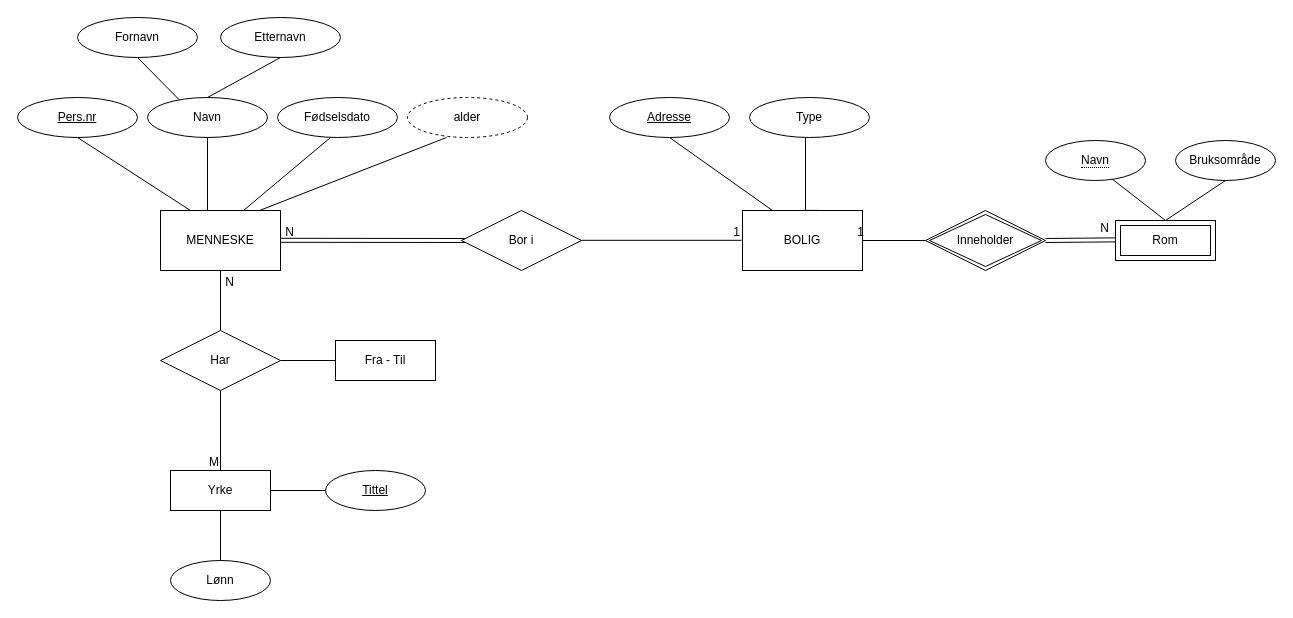
Above: Untitled Diagram.drawio in bendikmd/in2090 (draw.io), before the change. Source tidied: cells renumbered, new cells numbered last; positions are measured from the earlier drawing's top-left corner, leaving out a move shared by most shapes. Both pictures are drawn from the tidied source at 100%, with x=0, y=0 at pixel (17, 17).
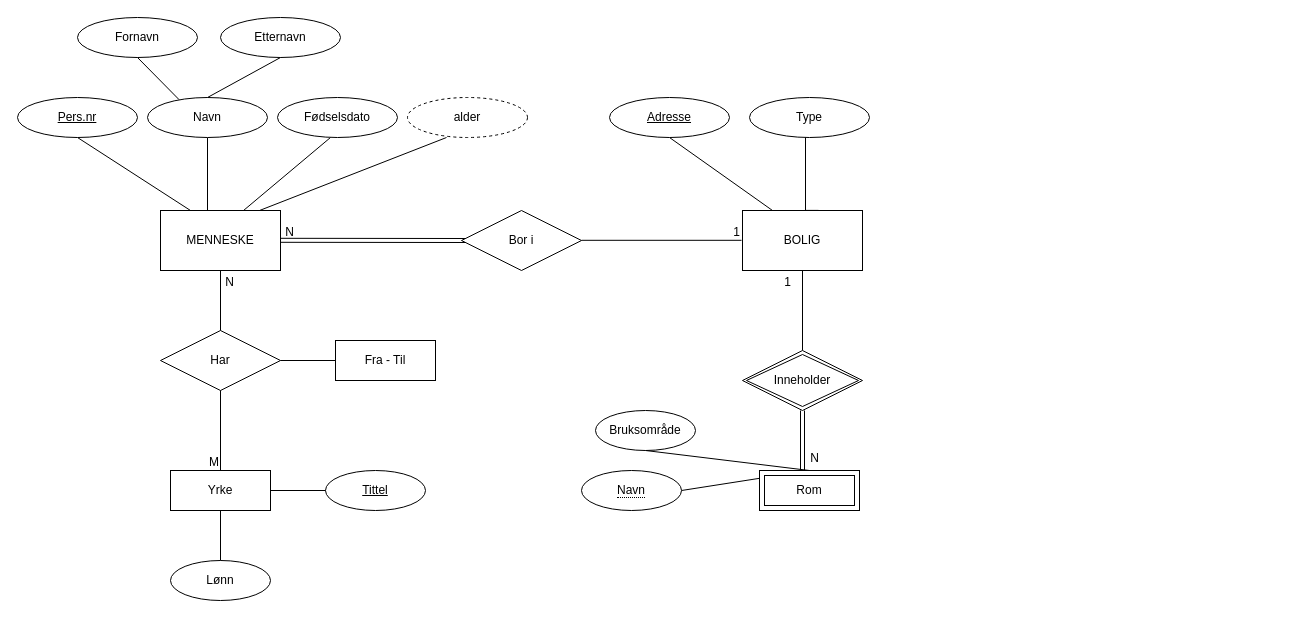
The same page after the edit.

Unchanged cells that the change refers to:
```xml
<mxCell id="16" value="BOLIG" style="rounded=0;whiteSpace=wrap;html=1;" parent="1" vertex="1">
  <mxGeometry x="725" y="193" width="120" height="60" as="geometry" />
</mxCell>
```

The edit, as a diff of the source:
```diff
@@
-    <mxCell id="25" style="endArrow=none;html=1;rounded=0;exitX=1;exitY=0.5;exitDx=0;exitDy=0;" parent="1" edge="1" source="16">
-      <mxGeometry relative="1" as="geometry">
-        <mxPoint x="908" y="223" as="targetPoint" />
-      </mxGeometry>
+    <mxCell id="25" style="endArrow=none;html=1;rounded=0;exitX=0.5;exitY=1;exitDx=0;exitDy=0;entryX=0.5;entryY=0;entryDx=0;entryDy=0;" parent="1" edge="1" source="16" target="32">
+      <mxGeometry relative="1" as="geometry" />
     </mxCell>
     <mxCell id="26" value="1" style="html=1;whiteSpace=wrap;align=right;verticalAlign=bottom;" parent="25" vertex="1">
       <mxGeometry x="1" relative="1" as="geometry">
-        <mxPoint x="-60" as="offset" />
+        <mxPoint x="-10" y="-60" as="offset" />
       </mxGeometry>
     </mxCell>
-    <mxCell id="27" style="shape=link;html=1;rounded=0;exitX=1;exitY=0.5;exitDx=0;exitDy=0;" parent="1" edge="1">
+    <mxCell id="27" style="shape=link;html=1;rounded=0;exitX=0.5;exitY=1;exitDx=0;exitDy=0;" parent="1" edge="1" source="32">
       <mxGeometry relative="1" as="geometry">
-        <mxPoint x="1028" y="223" as="sourcePoint" />
-        <mxPoint x="1103" y="222.3" as="targetPoint" />
+        <mxPoint x="785" y="453" as="targetPoint" />
       </mxGeometry>
     </mxCell>
     <mxCell id="28" value="N" style="html=1;whiteSpace=wrap;align=right;verticalAlign=bottom;" parent="1" vertex="1">
-      <mxGeometry x="518" y="163" as="geometry">
+      <mxGeometry x="228" y="393" as="geometry">
         <mxPoint x="575" y="56" as="offset" />
       </mxGeometry>
     </mxCell>
-    <mxCell id="29" style="rounded=0;jettySize=auto;html=1;endArrow=none;endFill=0;entryX=0.5;entryY=0;entryDx=0;entryDy=0;exitX=0.5;exitY=1;exitDx=0;exitDy=0;" parent="1" edge="1" target="31">
-      <mxGeometry relative="1" as="geometry">
-        <mxPoint x="1058" y="133" as="sourcePoint" />
-      </mxGeometry>
+    <mxCell id="29" style="rounded=0;jettySize=auto;html=1;endArrow=none;endFill=0;entryX=0.5;entryY=0;entryDx=0;entryDy=0;exitX=1;exitY=0.5;exitDx=0;exitDy=0;" parent="1" edge="1" source="30" target="31">
+      <mxGeometry relative="1" as="geometry" />
     </mxCell>
     <mxCell id="30" value="&lt;span style=&quot;border-bottom: 1px dotted&quot;&gt;Navn&lt;/span&gt;" style="ellipse;whiteSpace=wrap;html=1;align=center;" parent="1" vertex="1">
-      <mxGeometry x="1028" y="123" width="100" height="40" as="geometry" />
+      <mxGeometry x="564" y="453" width="100" height="40" as="geometry" />
     </mxCell>
     <mxCell id="31" value="Rom" style="shape=ext;margin=3;double=1;whiteSpace=wrap;html=1;align=center;" parent="1" vertex="1">
-      <mxGeometry x="1098" y="203" width="100" height="40" as="geometry" />
+      <mxGeometry x="742" y="453" width="100" height="40" as="geometry" />
     </mxCell>
     <mxCell id="32" value="Inneholder" style="shape=rhombus;double=1;perimeter=rhombusPerimeter;whiteSpace=wrap;html=1;align=center;" parent="1" vertex="1">
-      <mxGeometry x="908" y="193" width="120" height="60" as="geometry" />
+      <mxGeometry x="725" y="333" width="120" height="60" as="geometry" />
     </mxCell>
     <mxCell id="33" value="Bruksområde" style="ellipse;whiteSpace=wrap;html=1;align=center;" parent="1" vertex="1">
-      <mxGeometry x="1158" y="123" width="100" height="40" as="geometry" />
+      <mxGeometry x="578" y="393" width="100" height="40" as="geometry" />
     </mxCell>
```
